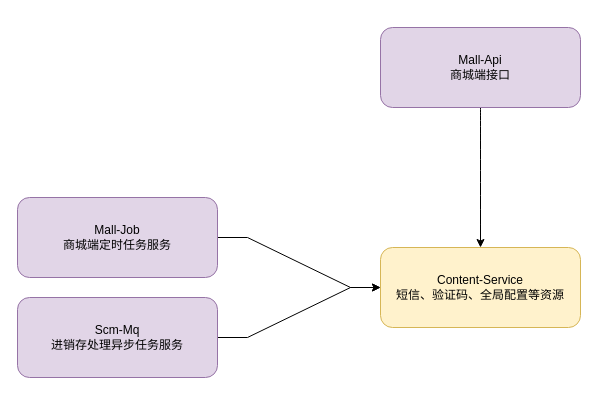
Above: 系统结构图.drawio in lycwukang/diagrams (draw.io), before the change. Source tidied: cells renumbered, new cells numbered last; positions are measured from the earlier drawing's top-left corner, leaving out a move shared by most shapes. Both pictures are drawn from the tidied source at 100%, with x=0, y=0 at pixel (17, 27).
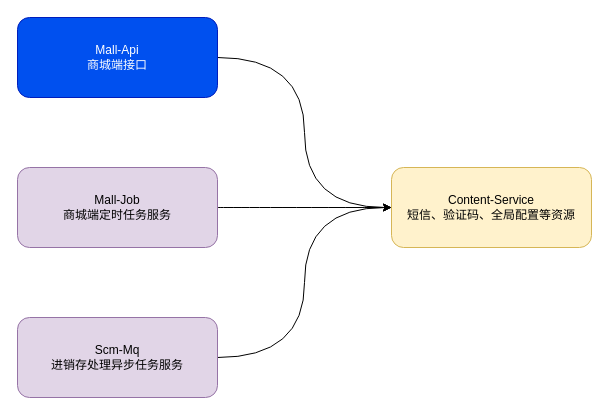
After the change.

Commit message (it also covers changes not shown here):
更新系统结构图.drawio

What changed in the source:
```diff
@@
 <mxGraphModel>
   <root>
     <mxCell id="0" />
     <mxCell id="1" parent="0" />
     <mxCell id="2" value="Content-Service&lt;br&gt;短信、验证码、全局配置等资源" style="rounded=1;whiteSpace=wrap;html=1;fillColor=#fff2cc;strokeColor=#d6b656;" parent="1" vertex="1">
-      <mxGeometry x="363" y="220" width="200" height="80" as="geometry" />
+      <mxGeometry x="374" y="140" width="200" height="80" as="geometry" />
     </mxCell>
-    <mxCell id="3" style="edgeStyle=entityRelationEdgeStyle;rounded=0;jettySize=auto;html=1;exitX=1;exitY=0.5;exitDx=0;exitDy=0;entryX=0;entryY=0.5;entryDx=0;entryDy=0;" parent="1" edge="1" source="4" target="2">
+    <mxCell id="3" style="edgeStyle=orthogonalEdgeStyle;curved=1;rounded=0;jettySize=auto;html=1;exitX=1;exitY=0.5;exitDx=0;exitDy=0;entryX=0;entryY=0.5;entryDx=0;entryDy=0;" parent="1" edge="1" source="4" target="2">
       <mxGeometry relative="1" as="geometry" />
     </mxCell>
     <mxCell id="4" value="Mall-Job&lt;br&gt;商城端定时任务服务" style="rounded=1;whiteSpace=wrap;html=1;fillColor=#e1d5e7;strokeColor=#9673a6;" parent="1" vertex="1">
-      <mxGeometry y="170" width="200" height="80" as="geometry" />
+      <mxGeometry y="140" width="200" height="80" as="geometry" />
     </mxCell>
-    <mxCell id="5" style="edgeStyle=entityRelationEdgeStyle;rounded=0;jettySize=auto;html=1;exitX=1;exitY=0.5;exitDx=0;exitDy=0;entryX=0;entryY=0.5;entryDx=0;entryDy=0;" parent="1" edge="1" source="6" target="2">
+    <mxCell id="5" style="edgeStyle=orthogonalEdgeStyle;curved=1;rounded=0;jettySize=auto;html=1;exitX=1;exitY=0.5;exitDx=0;exitDy=0;entryX=0;entryY=0.5;entryDx=0;entryDy=0;" parent="1" edge="1" source="6" target="2">
       <mxGeometry relative="1" as="geometry" />
     </mxCell>
     <mxCell id="6" value="Scm-Mq&lt;br&gt;进销存处理异步任务服务" style="rounded=1;whiteSpace=wrap;html=1;fillColor=#e1d5e7;strokeColor=#9673a6;" parent="1" vertex="1">
-      <mxGeometry y="270" width="200" height="80" as="geometry" />
+      <mxGeometry y="290" width="200" height="80" as="geometry" />
     </mxCell>
-    <mxCell id="7" style="edgeStyle=orthogonalEdgeStyle;rounded=0;jettySize=auto;html=1;exitX=0.5;exitY=1;exitDx=0;exitDy=0;entryX=0.5;entryY=0;entryDx=0;entryDy=0;curved=1;" parent="1" edge="1" source="8" target="2">
+    <mxCell id="7" style="edgeStyle=orthogonalEdgeStyle;rounded=0;jettySize=auto;html=1;exitX=1;exitY=0.5;exitDx=0;exitDy=0;entryX=0;entryY=0.5;entryDx=0;entryDy=0;curved=1;" parent="1" edge="1" source="8" target="2">
       <mxGeometry relative="1" as="geometry" />
     </mxCell>
-    <mxCell id="8" value="Mall-Api&lt;br&gt;商城端接口" style="rounded=1;whiteSpace=wrap;html=1;fillColor=#e1d5e7;strokeColor=#9673a6;" parent="1" vertex="1">
-      <mxGeometry x="363" width="200" height="80" as="geometry" />
+    <mxCell id="8" value="Mall-Api&lt;br&gt;商城端接口" style="rounded=1;whiteSpace=wrap;html=1;fillColor=#0050ef;strokeColor=#001DBC;fontColor=#ffffff;" parent="1" vertex="1">
+      <mxGeometry y="-10" width="200" height="80" as="geometry" />
     </mxCell>
   </root>
 </mxGraphModel>
```
